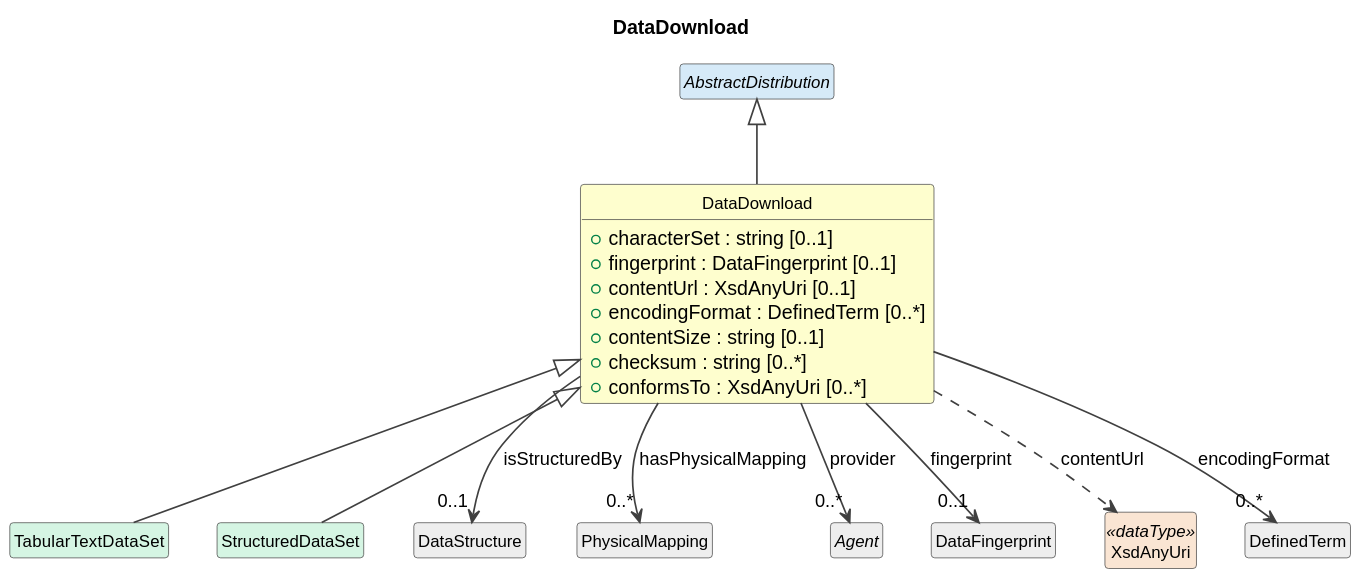
Earlier version of the PlantUML export cdif-uml-model/_plantuml/cdifDataStructure/Classes/DataDownload.svg (Cross-Domain-Interoperability-Framework/metadataBuildingBlocks).
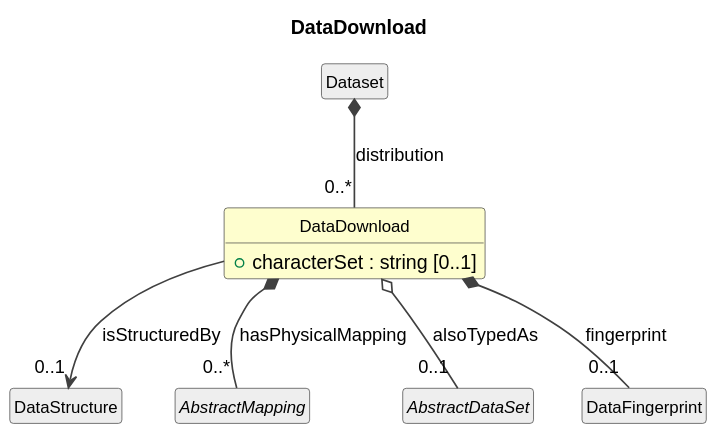
Above is the later version.

What changed in the source:
```diff
@@ -12,29 +12,15 @@
 
 class "DataDownload" as DataDownload #FEFECE {
   +characterSet : string [0..1]
-  +fingerprint : DataFingerprint [0..1]
-  +contentUrl : XsdAnyUri [0..1]
-  +encodingFormat : DefinedTerm [0..*]
-  +contentSize : string [0..1]
-  +checksum : string [0..*]
-  +conformsTo : XsdAnyUri [0..*]
 }
-abstract class "AbstractDistribution" as AbstractDistribution #D6EAF8
-AbstractDistribution <|-- DataDownload
-class "TabularTextDataSet" as TabularTextDataSet #D5F5E3
-DataDownload <|-- TabularTextDataSet
-class "StructuredDataSet" as StructuredDataSet #D5F5E3
-DataDownload <|-- StructuredDataSet
+class "Dataset" as Dataset #EEEEEE
+Dataset *-- "0..*" DataDownload : distribution
 class "DataStructure" as DataStructure #EEEEEE
 DataDownload --> "0..1" DataStructure : isStructuredBy
-class "PhysicalMapping" as PhysicalMapping #EEEEEE
-DataDownload --> "0..*" PhysicalMapping : hasPhysicalMapping
-abstract class "Agent" as Agent #EEEEEE
-DataDownload --> "0..*" Agent : provider
+abstract class "AbstractMapping" as AbstractMapping #EEEEEE
+DataDownload *-- "0..*" AbstractMapping : hasPhysicalMapping
+abstract class "AbstractDataSet" as AbstractDataSet #EEEEEE
+DataDownload o-- "0..1" AbstractDataSet : alsoTypedAs
 class "DataFingerprint" as DataFingerprint #EEEEEE
-DataDownload --> "0..1" DataFingerprint : fingerprint
-class "XsdAnyUri" as XsdAnyUri <<dataType>> #FAE5D3
-DataDownload ..> XsdAnyUri : contentUrl
-class "DefinedTerm" as DefinedTerm #EEEEEE
-DataDownload --> "0..*" DefinedTerm : encodingFormat
+DataDownload *-- "0..1" DataFingerprint : fingerprint
 @enduml
```
